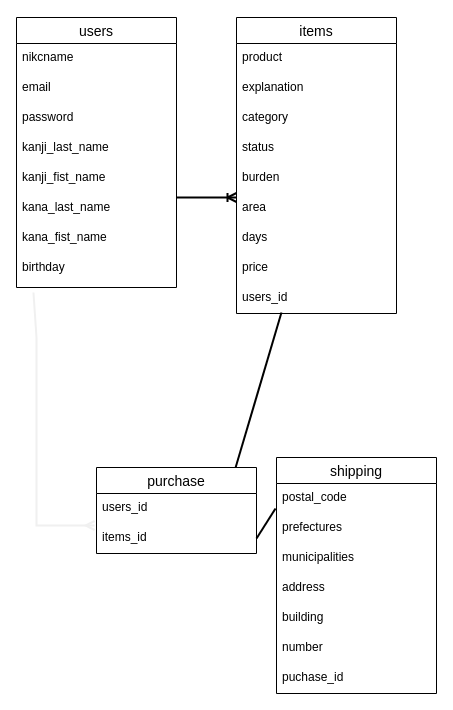
kaneki-makoto/furima-35001 keeps this draw.io diagram as ER .dio. Above is the earlier version. Source tidied: cells renumbered, new cells numbered last; positions are measured from the earlier drawing's top-left corner, leaving out a move shared by most shapes. Both pictures are drawn from the tidied source at 100%, with x=0, y=0 at pixel (16, 17).
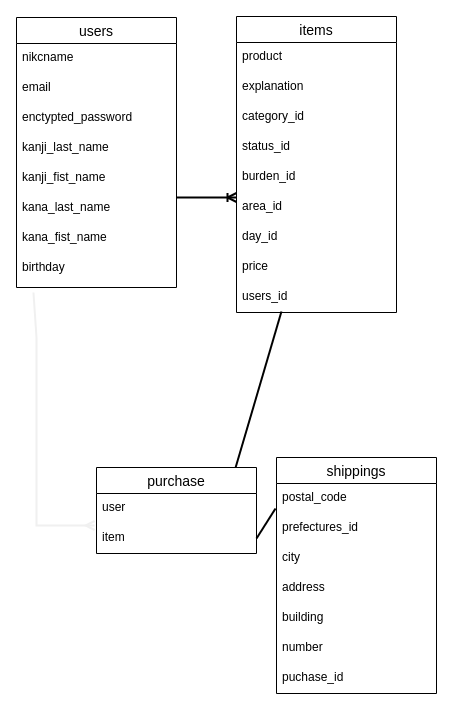
The same page after the edit.

Commit message (it also covers changes not shown here):
ERファイルとREDME（４回目）修正

Unchanged cells that the change refers to:
```xml
<mxCell id="4" value="users" style="swimlane;fontStyle=0;horizontal=1;startSize=26;align=center;fontSize=14;" parent="1" vertex="1">
  <mxGeometry width="160" height="270" as="geometry" />
</mxCell>
<mxCell id="23" value="purchase" style="swimlane;fontStyle=0;horizontal=1;startSize=26;align=center;fontSize=14;" parent="1" vertex="1">
  <mxGeometry x="80" y="450" width="160" height="86" as="geometry" />
</mxCell>
```

Diff of the diagram source:
```diff
@@
-    <mxCell id="7" value="password" style="text;strokeColor=none;fillColor=none;spacingLeft=4;spacingRight=4;overflow=hidden;fontSize=12;" parent="4" vertex="1">
+    <mxCell id="7" value="enctypted_password" style="text;strokeColor=none;fillColor=none;spacingLeft=4;spacingRight=4;overflow=hidden;fontSize=12;" parent="4" vertex="1">
       <mxGeometry y="86" width="160" height="30" as="geometry" />
     </mxCell>
@@
     <mxCell id="13" value="items" style="swimlane;fontStyle=0;horizontal=1;startSize=26;align=center;fontSize=14;" parent="1" vertex="1">
-      <mxGeometry x="220" width="160" height="296" as="geometry" />
+      <mxGeometry x="220" y="-1" width="160" height="296" as="geometry" />
     </mxCell>
@@
-    <mxCell id="16" value="category" style="text;strokeColor=none;fillColor=none;spacingLeft=4;spacingRight=4;overflow=hidden;fontSize=12;" parent="13" vertex="1">
+    <mxCell id="16" value="category_id" style="text;strokeColor=none;fillColor=none;spacingLeft=4;spacingRight=4;overflow=hidden;fontSize=12;" parent="13" vertex="1">
       <mxGeometry y="86" width="160" height="30" as="geometry" />
     </mxCell>
-    <mxCell id="17" value="status" style="text;strokeColor=none;fillColor=none;spacingLeft=4;spacingRight=4;overflow=hidden;fontSize=12;" parent="13" vertex="1">
+    <mxCell id="17" value="status_id" style="text;strokeColor=none;fillColor=none;spacingLeft=4;spacingRight=4;overflow=hidden;fontSize=12;" parent="13" vertex="1">
       <mxGeometry y="116" width="160" height="30" as="geometry" />
     </mxCell>
-    <mxCell id="18" value="burden" style="text;strokeColor=none;fillColor=none;spacingLeft=4;spacingRight=4;overflow=hidden;fontSize=12;" parent="13" vertex="1">
+    <mxCell id="18" value="burden_id" style="text;strokeColor=none;fillColor=none;spacingLeft=4;spacingRight=4;overflow=hidden;fontSize=12;" parent="13" vertex="1">
       <mxGeometry y="146" width="160" height="30" as="geometry" />
     </mxCell>
-    <mxCell id="19" value="area" style="text;strokeColor=none;fillColor=none;spacingLeft=4;spacingRight=4;overflow=hidden;fontSize=12;" parent="13" vertex="1">
+    <mxCell id="19" value="area_id" style="text;strokeColor=none;fillColor=none;spacingLeft=4;spacingRight=4;overflow=hidden;fontSize=12;" parent="13" vertex="1">
       <mxGeometry y="176" width="160" height="30" as="geometry" />
     </mxCell>
-    <mxCell id="20" value="days" style="text;strokeColor=none;fillColor=none;spacingLeft=4;spacingRight=4;overflow=hidden;fontSize=12;" parent="13" vertex="1">
+    <mxCell id="20" value="day_id" style="text;strokeColor=none;fillColor=none;spacingLeft=4;spacingRight=4;overflow=hidden;fontSize=12;" parent="13" vertex="1">
       <mxGeometry y="206" width="160" height="30" as="geometry" />
     </mxCell>
@@
-    <mxCell id="24" value="users_id" style="text;strokeColor=none;fillColor=none;spacingLeft=4;spacingRight=4;overflow=hidden;fontSize=12;" parent="23" vertex="1">
+    <mxCell id="24" value="user" style="text;strokeColor=none;fillColor=none;spacingLeft=4;spacingRight=4;overflow=hidden;fontSize=12;" parent="23" vertex="1">
       <mxGeometry y="26" width="160" height="30" as="geometry" />
     </mxCell>
-    <mxCell id="25" value="items_id" style="text;strokeColor=none;fillColor=none;spacingLeft=4;spacingRight=4;overflow=hidden;points=[[0,0.5],[1,0.5]];portConstraint=eastwest;fontSize=12;" parent="23" vertex="1">
+    <mxCell id="25" value="item" style="text;strokeColor=none;fillColor=none;spacingLeft=4;spacingRight=4;overflow=hidden;points=[[0,0.5],[1,0.5]];portConstraint=eastwest;fontSize=12;" parent="23" vertex="1">
       <mxGeometry y="56" width="160" height="30" as="geometry" />
     </mxCell>
-    <mxCell id="26" value="shipping" style="swimlane;fontStyle=0;horizontal=1;startSize=26;align=center;fontSize=14;" parent="1" vertex="1">
+    <mxCell id="26" value="shippings" style="swimlane;fontStyle=0;horizontal=1;startSize=26;align=center;fontSize=14;" parent="1" vertex="1">
       <mxGeometry x="260" y="440" width="160" height="236" as="geometry" />
     </mxCell>
@@
-    <mxCell id="28" value="prefectures" style="text;strokeColor=none;fillColor=none;spacingLeft=4;spacingRight=4;overflow=hidden;fontSize=12;" parent="26" vertex="1">
+    <mxCell id="28" value="prefectures_id" style="text;strokeColor=none;fillColor=none;spacingLeft=4;spacingRight=4;overflow=hidden;fontSize=12;" parent="26" vertex="1">
       <mxGeometry y="56" width="160" height="30" as="geometry" />
     </mxCell>
-    <mxCell id="29" value="municipalities" style="text;strokeColor=none;fillColor=none;spacingLeft=4;spacingRight=4;overflow=hidden;fontSize=12;" parent="26" vertex="1">
+    <mxCell id="29" value="city" style="text;strokeColor=none;fillColor=none;spacingLeft=4;spacingRight=4;overflow=hidden;fontSize=12;" parent="26" vertex="1">
       <mxGeometry y="86" width="160" height="30" as="geometry" />
     </mxCell>
```
